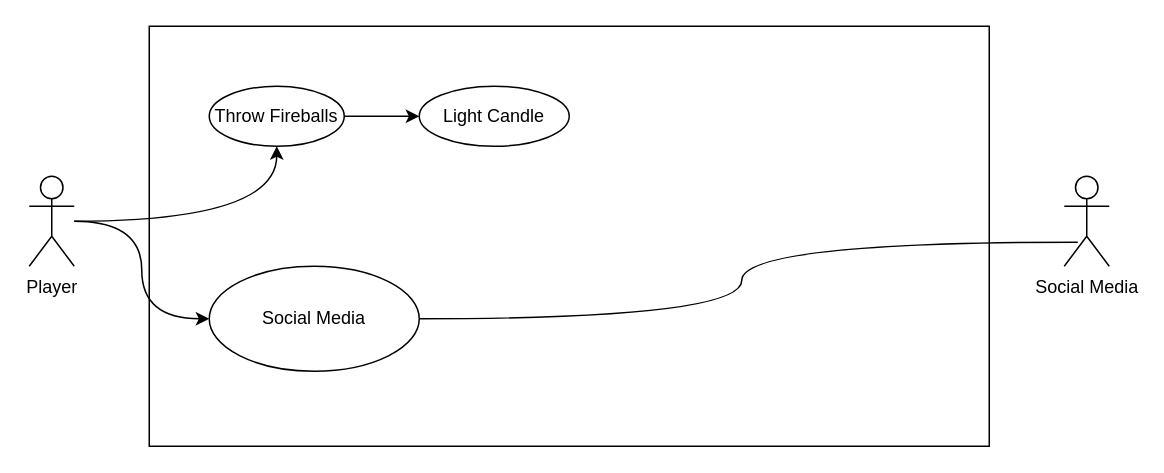
Earlier version of the draw.io diagram Untitled Diagram.drawio (FMindingall/Draw-IO). Source tidied: cells renumbered, new cells numbered last; positions are measured from the earlier drawing's top-left corner, leaving out a move shared by most shapes. Both pictures are drawn from the tidied source at 150%, with x=0, y=0 at pixel (28, 26).
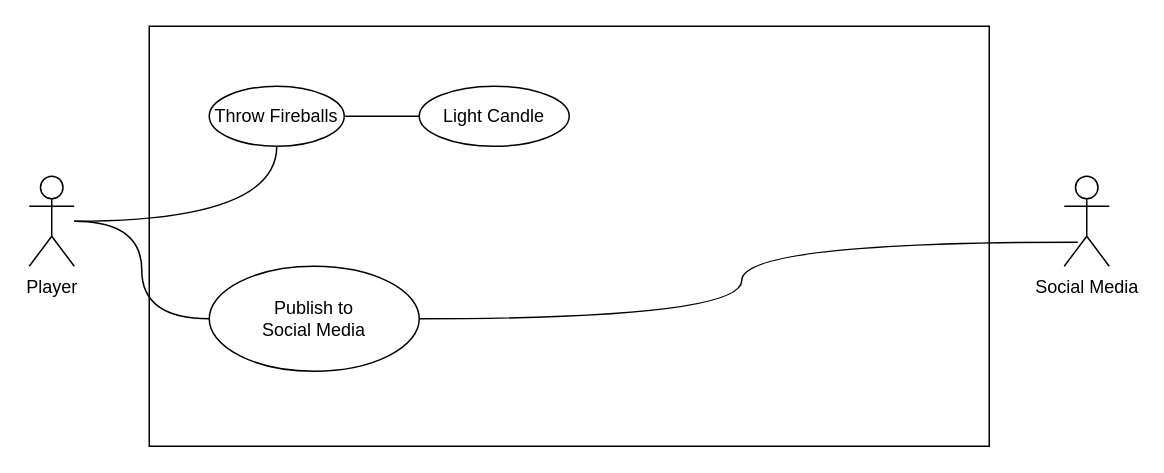
The same page after the edit.

Commit message:
Update social media use case

Diff of the diagram source:
```diff
@@
 <mxGraphModel>
   <root>
     <mxCell id="0" />
     <mxCell id="1" parent="0" />
-    <mxCell id="2" style="edgeStyle=orthogonalEdgeStyle;rounded=0;jettySize=auto;html=1;curved=1;" parent="1" edge="1" source="4" target="7">
+    <mxCell id="2" style="edgeStyle=orthogonalEdgeStyle;rounded=0;jettySize=auto;html=1;curved=1;endArrow=none;endFill=0;" parent="1" edge="1" source="4" target="7">
       <mxGeometry relative="1" as="geometry" />
     </mxCell>
-    <mxCell id="3" style="edgeStyle=orthogonalEdgeStyle;curved=1;rounded=0;jettySize=auto;html=1;" parent="1" edge="1" source="4" target="11">
+    <mxCell id="3" style="edgeStyle=orthogonalEdgeStyle;curved=1;rounded=0;jettySize=auto;html=1;endArrow=none;endFill=0;" parent="1" edge="1" source="4" target="11">
       <mxGeometry relative="1" as="geometry" />
     </mxCell>
     <mxCell id="4" value="Player" style="shape=umlActor;verticalLabelPosition=bottom;labelBackgroundColor=#ffffff;verticalAlign=top;html=1;" parent="1" vertex="1">
       <mxGeometry y="100" width="30" height="60" as="geometry" />
     </mxCell>
     <mxCell id="5" style="rounded=0;whiteSpace=wrap;html=1;fillColor=none;" parent="1" vertex="1">
       <mxGeometry x="80" width="560" height="280" as="geometry" />
     </mxCell>
-    <mxCell id="6" style="edgeStyle=orthogonalEdgeStyle;curved=1;rounded=0;jettySize=auto;html=1;" parent="1" edge="1" source="7" target="8">
+    <mxCell id="6" style="edgeStyle=orthogonalEdgeStyle;curved=1;rounded=0;jettySize=auto;html=1;endArrow=none;endFill=0;" parent="1" edge="1" source="7" target="8">
       <mxGeometry relative="1" as="geometry" />
     </mxCell>
     <mxCell id="7" value="Throw Fireballs" style="ellipse;whiteSpace=wrap;html=1;fillColor=none;" parent="1" vertex="1">
       <mxGeometry x="120" y="40" width="90" height="40" as="geometry" />
     </mxCell>
     <mxCell id="8" value="Light Candle" style="ellipse;whiteSpace=wrap;html=1;fillColor=none;" parent="1" vertex="1">
       <mxGeometry x="260" y="40" width="100" height="40" as="geometry" />
     </mxCell>
     <mxCell id="9" value="Social Media" style="shape=umlActor;verticalLabelPosition=bottom;labelBackgroundColor=#ffffff;verticalAlign=top;html=1;fillColor=none;" parent="1" vertex="1">
       <mxGeometry x="690" y="100" width="30" height="60" as="geometry" />
     </mxCell>
     <mxCell id="10" style="edgeStyle=orthogonalEdgeStyle;curved=1;rounded=0;jettySize=auto;html=1;entryX=0.3;entryY=0.733;entryDx=0;entryDy=0;entryPerimeter=0;endArrow=none;endFill=0;" parent="1" edge="1" source="11" target="9">
       <mxGeometry relative="1" as="geometry" />
     </mxCell>
-    <mxCell id="11" value="Social Media" style="ellipse;whiteSpace=wrap;html=1;fillColor=none;" parent="1" vertex="1">
+    <mxCell id="11" value="Publish to &lt;br&gt;Social Media" style="ellipse;whiteSpace=wrap;html=1;fillColor=none;" parent="1" vertex="1">
       <mxGeometry x="120" y="160" width="140" height="70" as="geometry" />
     </mxCell>
   </root>
 </mxGraphModel>
```
